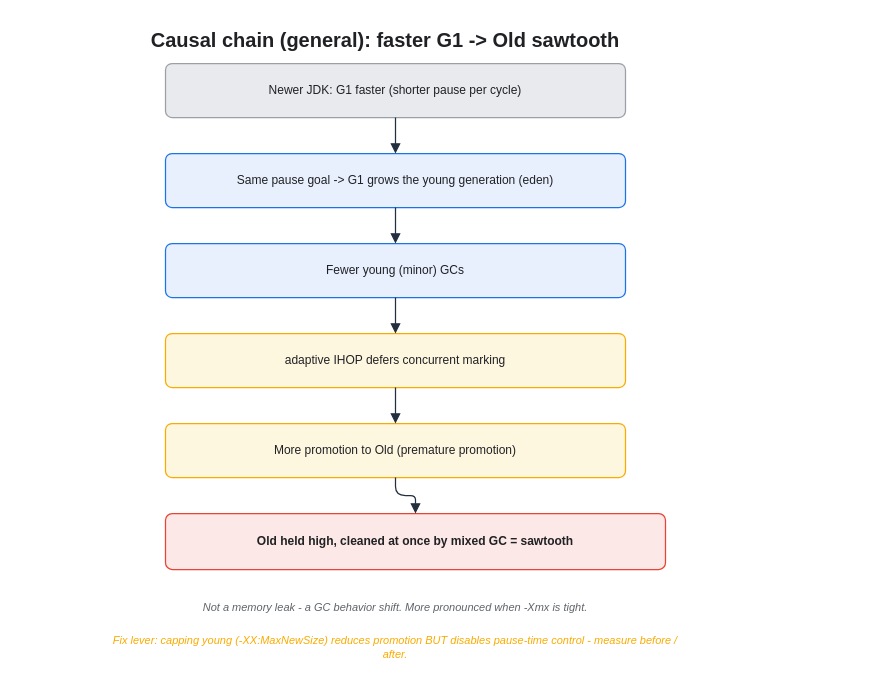
KKamJi98/kkamji98.github.io keeps this draw.io diagram as assets/img/jvm/jvm-10-jdk-version-gc-shift.drawio. Above is the earlier version. Source tidied: cells renumbered, new cells numbered last; positions are measured from the earlier drawing's top-left corner, leaving out a move shared by most shapes. Both pictures are drawn from the tidied source at 100%, with x=0, y=0 at pixel (105, 25).
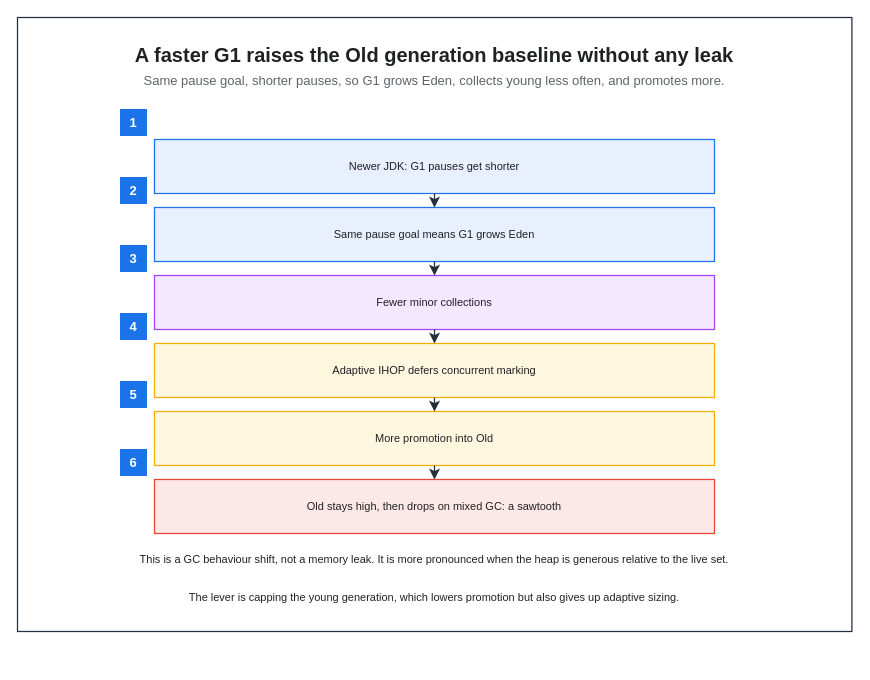
After the change.

Change to the diagram source:
```diff
@@
+    <mxCell id="16" style="rounded=0;html=0;fillColor=none;strokeColor=#232F3E;fontColor=#202124;strokeWidth=1.25;" parent="1" vertex="1">
+      <mxGeometry x="-88" y="-8" width="834.4" height="614" as="geometry" />
+    </mxCell>
-    <mxCell id="2" value="Causal chain (general): faster G1 -&gt; Old sawtooth" style="text;html=0;align=center;verticalAlign=middle;fontSize=20;fontStyle=1;fontColor=#202124;" parent="1" vertex="1">
-      <mxGeometry x="20" width="520" height="26" as="geometry" />
+    <mxCell id="2" value="A faster G1 raises the Old generation baseline without any leak" style="text;html=0;whiteSpace=wrap;fillColor=none;strokeColor=none;fontColor=#202124;fontSize=20;fontStyle=1;align=center;verticalAlign=middle;" parent="1" vertex="1">
+      <mxGeometry x="-66" y="14" width="790.4" height="30" as="geometry" />
     </mxCell>
+    <mxCell id="17" value="Same pause goal, shorter pauses, so G1 grows Eden, collects young less often, and promotes more." style="text;html=0;whiteSpace=wrap;fillColor=none;strokeColor=none;fontColor=#5F6368;fontSize=13;fontStyle=0;align=center;verticalAlign=middle;" parent="1" vertex="1">
+      <mxGeometry x="-66" y="44" width="790.4" height="22" as="geometry" />
+    </mxCell>
-    <mxCell id="3" value="Newer JDK: G1 faster (shorter pause per cycle)" style="rounded=1;whiteSpace=wrap;html=0;arcSize=12;shadow=0;fillColor=#E8EAED;strokeColor=#9AA0A6;fontColor=#202124;strokeWidth=1.25;" parent="1" vertex="1">
-      <mxGeometry x="60" y="38" width="460" height="54" as="geometry" />
+    <mxCell id="3" value="Newer JDK: G1 pauses get shorter" style="rounded=0;whiteSpace=wrap;html=0;fillColor=#E8F0FE;strokeColor=#1A73E8;fontColor=#202124;fontSize=11;fontStyle=0;align=center;verticalAlign=middle;spacingLeft=6;spacingRight=6;strokeWidth=1.25;" parent="1" vertex="1">
+      <mxGeometry x="49" y="114" width="560" height="54" as="geometry" />
     </mxCell>
-    <mxCell id="4" value="Same pause goal -&gt; G1 grows the young generation (eden)" style="rounded=1;whiteSpace=wrap;html=0;arcSize=12;shadow=0;fillColor=#E8F0FE;strokeColor=#1A73E8;fontColor=#202124;strokeWidth=1.25;" parent="1" vertex="1">
-      <mxGeometry x="60" y="128" width="460" height="54" as="geometry" />
+    <mxCell id="4" value="Same pause goal means G1 grows Eden" style="rounded=0;whiteSpace=wrap;html=0;fillColor=#E8F0FE;strokeColor=#1A73E8;fontColor=#202124;fontSize=11;fontStyle=0;align=center;verticalAlign=middle;spacingLeft=6;spacingRight=6;strokeWidth=1.25;" parent="1" vertex="1">
+      <mxGeometry x="49" y="182" width="560" height="54" as="geometry" />
     </mxCell>
-    <mxCell id="5" value="Fewer young (minor) GCs" style="rounded=1;whiteSpace=wrap;html=0;arcSize=12;shadow=0;fillColor=#E8F0FE;strokeColor=#1A73E8;fontColor=#202124;strokeWidth=1.25;" parent="1" vertex="1">
-      <mxGeometry x="60" y="218" width="460" height="54" as="geometry" />
+    <mxCell id="5" value="Fewer minor collections" style="rounded=0;whiteSpace=wrap;html=0;fillColor=#F3E8FD;strokeColor=#A142F4;fontColor=#202124;fontSize=11;fontStyle=0;align=center;verticalAlign=middle;spacingLeft=6;spacingRight=6;strokeWidth=1.25;" parent="1" vertex="1">
+      <mxGeometry x="49" y="250" width="560" height="54" as="geometry" />
     </mxCell>
-    <mxCell id="6" value="adaptive IHOP defers concurrent marking" style="rounded=1;whiteSpace=wrap;html=0;arcSize=12;shadow=0;fillColor=#FEF7E0;strokeColor=#F9AB00;fontColor=#202124;strokeWidth=1.25;" parent="1" vertex="1">
-      <mxGeometry x="60" y="308" width="460" height="54" as="geometry" />
+    <mxCell id="6" value="Adaptive IHOP defers concurrent marking" style="rounded=0;whiteSpace=wrap;html=0;fillColor=#FEF7E0;strokeColor=#F9AB00;fontColor=#202124;fontSize=11;fontStyle=0;align=center;verticalAlign=middle;spacingLeft=6;spacingRight=6;strokeWidth=1.25;" parent="1" vertex="1">
+      <mxGeometry x="49" y="318" width="560" height="54" as="geometry" />
     </mxCell>
-    <mxCell id="7" value="More promotion to Old (premature promotion)" style="rounded=1;whiteSpace=wrap;html=0;arcSize=12;shadow=0;fillColor=#FEF7E0;strokeColor=#F9AB00;fontColor=#202124;strokeWidth=1.25;" parent="1" vertex="1">
-      <mxGeometry x="60" y="398" width="460" height="54" as="geometry" />
+    <mxCell id="7" value="More promotion into Old" style="rounded=0;whiteSpace=wrap;html=0;fillColor=#FEF7E0;strokeColor=#F9AB00;fontColor=#202124;fontSize=11;fontStyle=0;align=center;verticalAlign=middle;spacingLeft=6;spacingRight=6;strokeWidth=1.25;" parent="1" vertex="1">
+      <mxGeometry x="49" y="386" width="560" height="54" as="geometry" />
     </mxCell>
-    <mxCell id="8" value="Old held high, cleaned at once by mixed GC = sawtooth" style="rounded=1;whiteSpace=wrap;html=0;arcSize=12;shadow=0;fillColor=#FCE8E6;strokeColor=#EA4335;fontColor=#202124;fontStyle=1;strokeWidth=1.25;" parent="1" vertex="1">
-      <mxGeometry x="60" y="488" width="500" height="56" as="geometry" />
+    <mxCell id="8" value="Old stays high, then drops on mixed GC: a sawtooth" style="rounded=0;whiteSpace=wrap;html=0;fillColor=#FCE8E6;strokeColor=#EA4335;fontColor=#202124;fontSize=11;fontStyle=0;align=center;verticalAlign=middle;spacingLeft=6;spacingRight=6;strokeWidth=1.25;" parent="1" vertex="1">
+      <mxGeometry x="49" y="454" width="560" height="54" as="geometry" />
     </mxCell>
-    <mxCell id="9" value="Not a memory leak - a GC behavior shift. More pronounced when -Xmx is tight." style="text;html=0;align=center;verticalAlign=middle;whiteSpace=wrap;fontSize=11;fontColor=#5F6368;fontStyle=2;" parent="1" vertex="1">
-      <mxGeometry y="566" width="580" height="32" as="geometry" />
-    </mxCell>
-    <mxCell id="10" value="Fix lever: capping young (-XX:MaxNewSize) reduces promotion BUT disables pause-time control - measure before / after." style="text;html=0;align=center;verticalAlign=middle;whiteSpace=wrap;fontSize=11;fontColor=#F9AB00;fontStyle=2;" parent="1" vertex="1">
-      <mxGeometry y="606" width="580" height="32" as="geometry" />
-    </mxCell>
+    <mxCell id="18" value="This is a GC behaviour shift, not a memory leak. It is more pronounced when the heap is generous relative to the live set." style="text;html=0;whiteSpace=wrap;fillColor=none;strokeColor=none;fontColor=#202124;fontSize=11;fontStyle=0;align=center;verticalAlign=middle;" parent="1" vertex="1">
+      <mxGeometry x="-66" y="522" width="790" height="24" as="geometry" />
+    </mxCell>
+    <mxCell id="19" value="The lever is capping the young generation, which lowers promotion but also gives up adaptive sizing." style="text;html=0;whiteSpace=wrap;fillColor=none;strokeColor=none;fontColor=#202124;fontSize=11;fontStyle=0;align=center;verticalAlign=middle;" parent="1" vertex="1">
+      <mxGeometry x="4" y="560" width="650" height="24" as="geometry" />
+    </mxCell>
+    <mxCell id="20" value="1" style="rounded=0;whiteSpace=wrap;html=0;fillColor=#1A73E8;strokeColor=#1A73E8;fontColor=#FFFFFF;fontSize=13;fontStyle=1;align=center;verticalAlign=middle;" parent="1" vertex="1">
+      <mxGeometry x="15" y="84" width="26" height="26" as="geometry" />
+    </mxCell>
+    <mxCell id="21" value="2" style="rounded=0;whiteSpace=wrap;html=0;fillColor=#1A73E8;strokeColor=#1A73E8;fontColor=#FFFFFF;fontSize=13;fontStyle=1;align=center;verticalAlign=middle;" parent="1" vertex="1">
+      <mxGeometry x="15" y="152" width="26" height="26" as="geometry" />
+    </mxCell>
+    <mxCell id="22" value="3" style="rounded=0;whiteSpace=wrap;html=0;fillColor=#1A73E8;strokeColor=#1A73E8;fontColor=#FFFFFF;fontSize=13;fontStyle=1;align=center;verticalAlign=middle;" parent="1" vertex="1">
+      <mxGeometry x="15" y="220" width="26" height="26" as="geometry" />
+    </mxCell>
+    <mxCell id="23" value="4" style="rounded=0;whiteSpace=wrap;html=0;fillColor=#1A73E8;strokeColor=#1A73E8;fontColor=#FFFFFF;fontSize=13;fontStyle=1;align=center;verticalAlign=middle;" parent="1" vertex="1">
+      <mxGeometry x="15" y="288" width="26" height="26" as="geometry" />
+    </mxCell>
+    <mxCell id="24" value="5" style="rounded=0;whiteSpace=wrap;html=0;fillColor=#1A73E8;strokeColor=#1A73E8;fontColor=#FFFFFF;fontSize=13;fontStyle=1;align=center;verticalAlign=middle;" parent="1" vertex="1">
+      <mxGeometry x="15" y="356" width="26" height="26" as="geometry" />
+    </mxCell>
+    <mxCell id="25" value="6" style="rounded=0;whiteSpace=wrap;html=0;fillColor=#1A73E8;strokeColor=#1A73E8;fontColor=#FFFFFF;fontSize=13;fontStyle=1;align=center;verticalAlign=middle;" parent="1" vertex="1">
+      <mxGeometry x="15" y="424" width="26" height="26" as="geometry" />
+    </mxCell>
-    <mxCell id="11" style="edgeStyle=orthogonalEdgeStyle;rounded=1;html=0;strokeColor=#232F3E;fontColor=#202124;labelBackgroundColor=none;endArrow=block;exitX=0.5;exitY=1;exitDx=0;exitDy=0;entryX=0.5;entryY=0;entryDx=0;entryDy=0;strokeWidth=1.25;endSize=7;" parent="1" edge="1" source="3" target="4">
+    <mxCell id="11" style="edgeStyle=orthogonalEdgeStyle;rounded=0;html=0;strokeColor=#232F3E;strokeWidth=1.25;endArrow=classic;endFill=1;endSize=7;fontSize=11;fontColor=#202124;labelBackgroundColor=none;jettySize=14;exitX=0.5;exitY=1;entryX=0.5;entryY=0;exitDx=0;exitDy=0;entryDx=0;entryDy=0;" parent="1" edge="1" source="3" target="4">
       <mxGeometry relative="1" as="geometry" />
     </mxCell>
-    <mxCell id="12" style="edgeStyle=orthogonalEdgeStyle;rounded=1;html=0;strokeColor=#232F3E;fontColor=#202124;labelBackgroundColor=none;endArrow=block;exitX=0.5;exitY=1;exitDx=0;exitDy=0;entryX=0.5;entryY=0;entryDx=0;entryDy=0;strokeWidth=1.25;endSize=7;" parent="1" edge="1" source="4" target="5">
+    <mxCell id="12" style="edgeStyle=orthogonalEdgeStyle;rounded=0;html=0;strokeColor=#232F3E;strokeWidth=1.25;endArrow=classic;endFill=1;endSize=7;fontSize=11;fontColor=#202124;labelBackgroundColor=none;jettySize=14;exitX=0.5;exitY=1;entryX=0.5;entryY=0;exitDx=0;exitDy=0;entryDx=0;entryDy=0;" parent="1" edge="1" source="4" target="5">
       <mxGeometry relative="1" as="geometry" />
     </mxCell>
-    <mxCell id="13" style="edgeStyle=orthogonalEdgeStyle;rounded=1;html=0;strokeColor=#232F3E;fontColor=#202124;labelBackgroundColor=none;endArrow=block;exitX=0.5;exitY=1;exitDx=0;exitDy=0;entryX=0.5;entryY=0;entryDx=0;entryDy=0;strokeWidth=1.25;endSize=7;" parent="1" edge="1" source="5" target="6">
+    <mxCell id="13" style="edgeStyle=orthogonalEdgeStyle;rounded=0;html=0;strokeColor=#232F3E;strokeWidth=1.25;endArrow=classic;endFill=1;endSize=7;fontSize=11;fontColor=#202124;labelBackgroundColor=none;jettySize=14;exitX=0.5;exitY=1;entryX=0.5;entryY=0;exitDx=0;exitDy=0;entryDx=0;entryDy=0;" parent="1" edge="1" source="5" target="6">
       <mxGeometry relative="1" as="geometry" />
     </mxCell>
-    <mxCell id="14" style="edgeStyle=orthogonalEdgeStyle;rounded=1;html=0;strokeColor=#232F3E;fontColor=#202124;labelBackgroundColor=none;endArrow=block;exitX=0.5;exitY=1;exitDx=0;exitDy=0;entryX=0.5;entryY=0;entryDx=0;entryDy=0;strokeWidth=1.25;endSize=7;" parent="1" edge="1" source="6" target="7">
+    <mxCell id="14" style="edgeStyle=orthogonalEdgeStyle;rounded=0;html=0;strokeColor=#232F3E;strokeWidth=1.25;endArrow=classic;endFill=1;endSize=7;fontSize=11;fontColor=#202124;labelBackgroundColor=none;jettySize=14;exitX=0.5;exitY=1;entryX=0.5;entryY=0;exitDx=0;exitDy=0;entryDx=0;entryDy=0;" parent="1" edge="1" source="6" target="7">
       <mxGeometry relative="1" as="geometry" />
     </mxCell>
-    <mxCell id="15" style="edgeStyle=orthogonalEdgeStyle;rounded=1;html=0;strokeColor=#232F3E;fontColor=#202124;labelBackgroundColor=none;endArrow=block;exitX=0.5;exitY=1;exitDx=0;exitDy=0;entryX=0.5;entryY=0;entryDx=0;entryDy=0;strokeWidth=1.25;endSize=7;" parent="1" edge="1" source="7" target="8">
+    <mxCell id="15" style="edgeStyle=orthogonalEdgeStyle;rounded=0;html=0;strokeColor=#232F3E;strokeWidth=1.25;endArrow=classic;endFill=1;endSize=7;fontSize=11;fontColor=#202124;labelBackgroundColor=none;jettySize=14;exitX=0.5;exitY=1;entryX=0.5;entryY=0;exitDx=0;exitDy=0;entryDx=0;entryDy=0;" parent="1" edge="1" source="7" target="8">
       <mxGeometry relative="1" as="geometry" />
     </mxCell>
```
